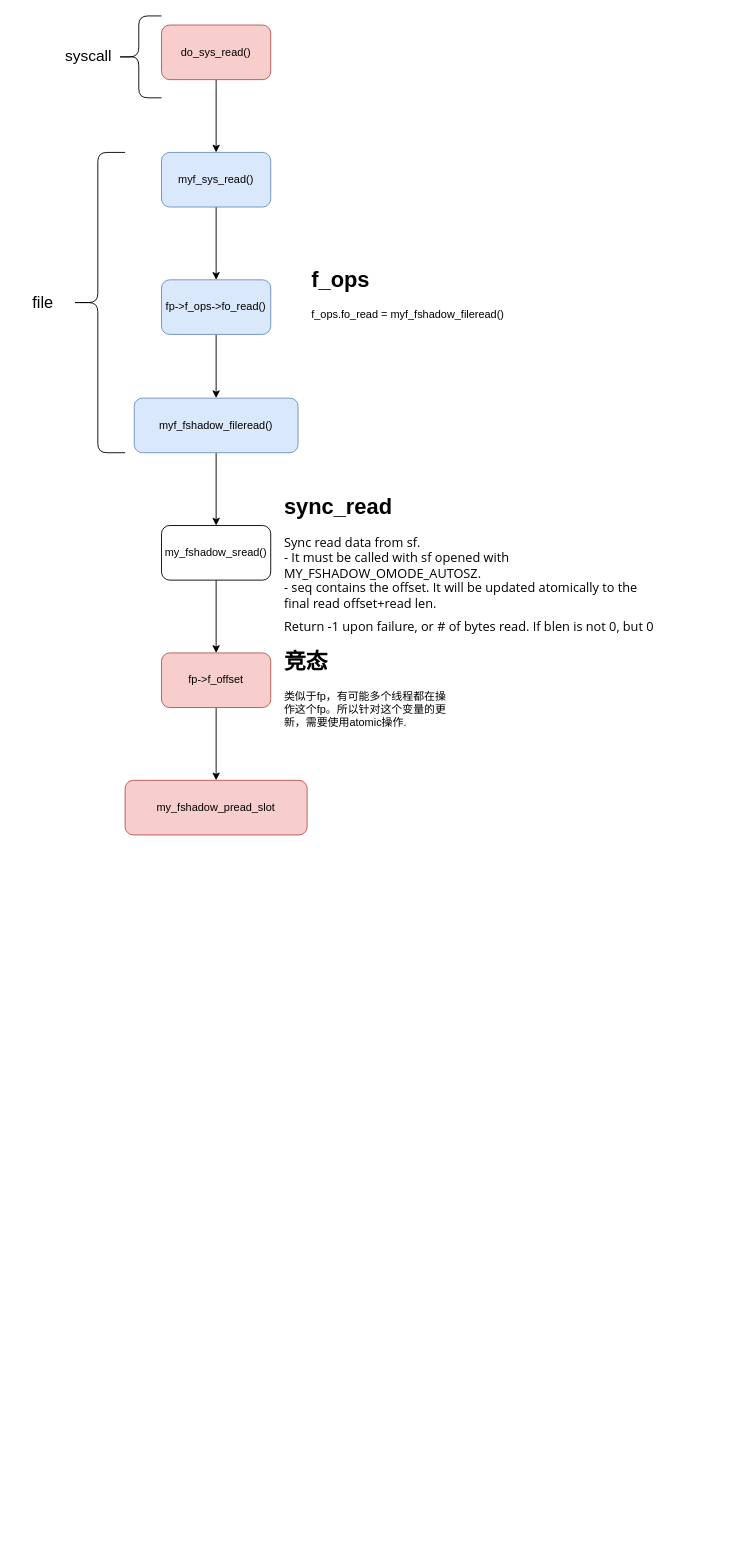
The draw.io diagram myfile/Read.drawio in JiYou/ReadCode, before the edit. Source tidied: cells renumbered, new cells numbered last; positions are measured from the earlier drawing's top-left corner, leaving out a move shared by most shapes. Both pictures are drawn from the tidied source at 91%, with x=0, y=0 at pixel (15, 15).
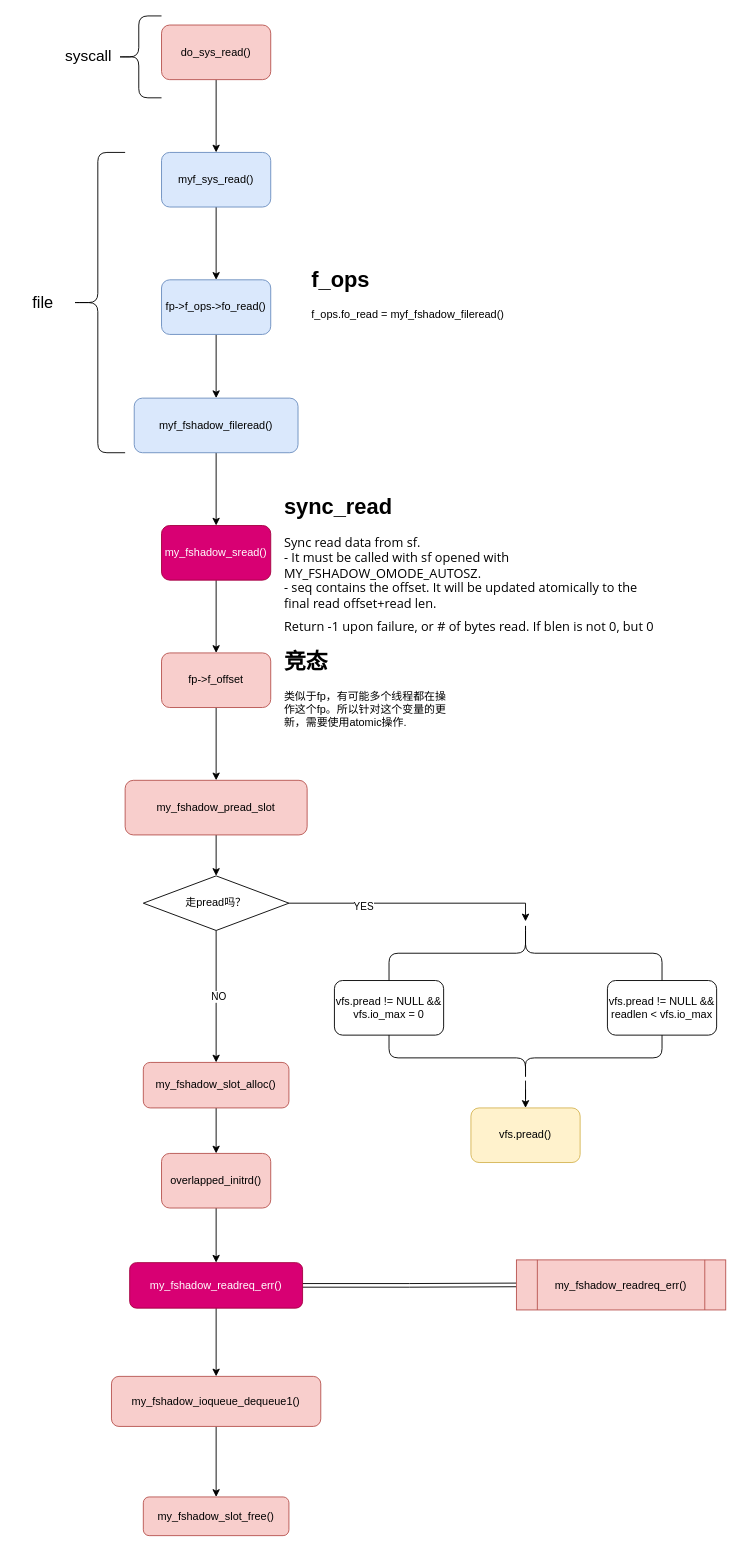
Above is the later version.

Commit message:
Update Read Process

Unchanged cells that the change refers to:
```xml
<mxCell id="17" value="my_fshadow_pread_slot" style="whiteSpace=wrap;html=1;rounded=1;strokeColor=#b85450;fillColor=#f8cecc;" parent="1" vertex="1">
  <mxGeometry x="120" y="840" width="200" height="60" as="geometry" />
</mxCell>
```

Change to the diagram source:
```diff
@@
-    <mxCell id="12" value="my_fshadow_sread()" style="whiteSpace=wrap;html=1;rounded=1;" parent="1" vertex="1">
+    <mxCell id="12" value="my_fshadow_sread()" style="whiteSpace=wrap;html=1;rounded=1;fillColor=#d80073;strokeColor=#A50040;fontColor=#ffffff;" parent="1" vertex="1">
       <mxGeometry x="160" y="560" width="120" height="60" as="geometry" />
     </mxCell>
@@
+    <mxCell id="22" style="edgeStyle=orthogonalEdgeStyle;rounded=0;jettySize=auto;html=1;" parent="1" edge="1" source="17" target="30">
+      <mxGeometry relative="1" as="geometry" />
+    </mxCell>
@@
+    <mxCell id="23" style="shape=curlyBracket;whiteSpace=wrap;html=1;rounded=1;flipH=1;rotation=270;" parent="1" vertex="1">
+      <mxGeometry x="525" y="880" width="70" height="300" as="geometry" />
+    </mxCell>
+    <mxCell id="24" value="vfs.pread != NULL &amp;amp;&amp;amp;&lt;br&gt;vfs.io_max = 0" style="rounded=1;whiteSpace=wrap;html=1;" parent="1" vertex="1">
+      <mxGeometry x="350" y="1060" width="120" height="60" as="geometry" />
+    </mxCell>
+    <mxCell id="25" value="vfs.pread != NULL &amp;amp;&amp;amp;&lt;br&gt;readlen &amp;lt; vfs.io_max" style="rounded=1;whiteSpace=wrap;html=1;" parent="1" vertex="1">
+      <mxGeometry x="650" y="1060" width="120" height="60" as="geometry" />
+    </mxCell>
+    <mxCell id="26" style="edgeStyle=orthogonalEdgeStyle;rounded=0;jettySize=auto;html=1;entryX=0;entryY=0.5;entryDx=0;entryDy=0;entryPerimeter=0;" parent="1" edge="1" source="30" target="23">
+      <mxGeometry relative="1" as="geometry" />
+    </mxCell>
+    <mxCell id="27" value="YES" style="edgeLabel;html=1;align=center;verticalAlign=middle;" parent="26" vertex="1">
+      <mxGeometry x="-0.42" y="-3" relative="1" as="geometry" />
+    </mxCell>
+    <mxCell id="28" style="edgeStyle=orthogonalEdgeStyle;rounded=0;jettySize=auto;html=1;" parent="1" edge="1" source="30">
+      <mxGeometry relative="1" as="geometry">
+        <mxPoint x="220" y="1150" as="targetPoint" />
+      </mxGeometry>
+    </mxCell>
+    <mxCell id="29" value="NO" style="edgeLabel;html=1;align=center;verticalAlign=middle;" parent="28" vertex="1">
+      <mxGeometry x="-0.01" y="2" relative="1" as="geometry" />
+    </mxCell>
+    <mxCell id="30" value="走pread吗？" style="rhombus;whiteSpace=wrap;html=1;" parent="1" vertex="1">
+      <mxGeometry x="140" y="945" width="160" height="60" as="geometry" />
+    </mxCell>
+    <mxCell id="31" style="edgeStyle=orthogonalEdgeStyle;rounded=0;jettySize=auto;html=1;" parent="1" edge="1" source="32" target="33">
+      <mxGeometry relative="1" as="geometry" />
+    </mxCell>
+    <mxCell id="32" style="shape=curlyBracket;whiteSpace=wrap;html=1;rounded=1;rotation=270;" parent="1" vertex="1">
+      <mxGeometry x="535" y="995" width="50" height="300" as="geometry" />
+    </mxCell>
+    <mxCell id="33" value="vfs.pread()" style="whiteSpace=wrap;html=1;rounded=1;fillColor=#fff2cc;strokeColor=#d6b656;" parent="1" vertex="1">
+      <mxGeometry x="500" y="1200" width="120" height="60" as="geometry" />
+    </mxCell>
+    <mxCell id="34" style="edgeStyle=orthogonalEdgeStyle;rounded=0;jettySize=auto;html=1;" parent="1" edge="1" source="35" target="37">
+      <mxGeometry relative="1" as="geometry" />
+    </mxCell>
+    <mxCell id="35" value="my_fshadow_slot_alloc()" style="rounded=1;whiteSpace=wrap;html=1;fillColor=#f8cecc;strokeColor=#b85450;" parent="1" vertex="1">
+      <mxGeometry x="140" y="1150" width="160" height="50" as="geometry" />
+    </mxCell>
+    <mxCell id="36" style="edgeStyle=orthogonalEdgeStyle;rounded=0;jettySize=auto;html=1;" parent="1" edge="1" source="37" target="40">
+      <mxGeometry relative="1" as="geometry" />
+    </mxCell>
+    <mxCell id="37" value="overlapped_initrd()" style="rounded=1;whiteSpace=wrap;html=1;fillColor=#f8cecc;strokeColor=#b85450;" parent="1" vertex="1">
+      <mxGeometry x="160" y="1250" width="120" height="60" as="geometry" />
+    </mxCell>
+    <mxCell id="38" style="edgeStyle=orthogonalEdgeStyle;rounded=0;jettySize=auto;html=1;" parent="1" edge="1" source="40" target="42">
+      <mxGeometry relative="1" as="geometry" />
+    </mxCell>
+    <mxCell id="39" style="edgeStyle=orthogonalEdgeStyle;rounded=0;jettySize=auto;html=1;entryX=0;entryY=0.5;entryDx=0;entryDy=0;shape=link;" parent="1" edge="1" source="40" target="44">
+      <mxGeometry relative="1" as="geometry" />
+    </mxCell>
+    <mxCell id="40" value="my_fshadow_readreq_err()" style="whiteSpace=wrap;html=1;rounded=1;strokeColor=#A50040;fillColor=#d80073;fontColor=#ffffff;" parent="1" vertex="1">
+      <mxGeometry x="125" y="1370" width="190" height="50" as="geometry" />
+    </mxCell>
+    <mxCell id="41" style="edgeStyle=orthogonalEdgeStyle;rounded=0;jettySize=auto;html=1;" parent="1" edge="1" source="42" target="43">
+      <mxGeometry relative="1" as="geometry" />
+    </mxCell>
+    <mxCell id="42" value="my_fshadow_ioqueue_dequeue1()" style="whiteSpace=wrap;html=1;rounded=1;strokeColor=#b85450;fillColor=#f8cecc;" parent="1" vertex="1">
+      <mxGeometry x="105" y="1495" width="230" height="55" as="geometry" />
+    </mxCell>
+    <mxCell id="43" value="my_fshadow_slot_free()" style="whiteSpace=wrap;html=1;rounded=1;strokeColor=#b85450;fillColor=#f8cecc;" parent="1" vertex="1">
+      <mxGeometry x="140" y="1627.5" width="160" height="42.5" as="geometry" />
+    </mxCell>
+    <mxCell id="44" value="my_fshadow_readreq_err()" style="shape=process;whiteSpace=wrap;html=1;backgroundOutline=1;fillColor=#f8cecc;strokeColor=#b85450;" parent="1" vertex="1">
+      <mxGeometry x="550" y="1367" width="230" height="55" as="geometry" />
+    </mxCell>
```
